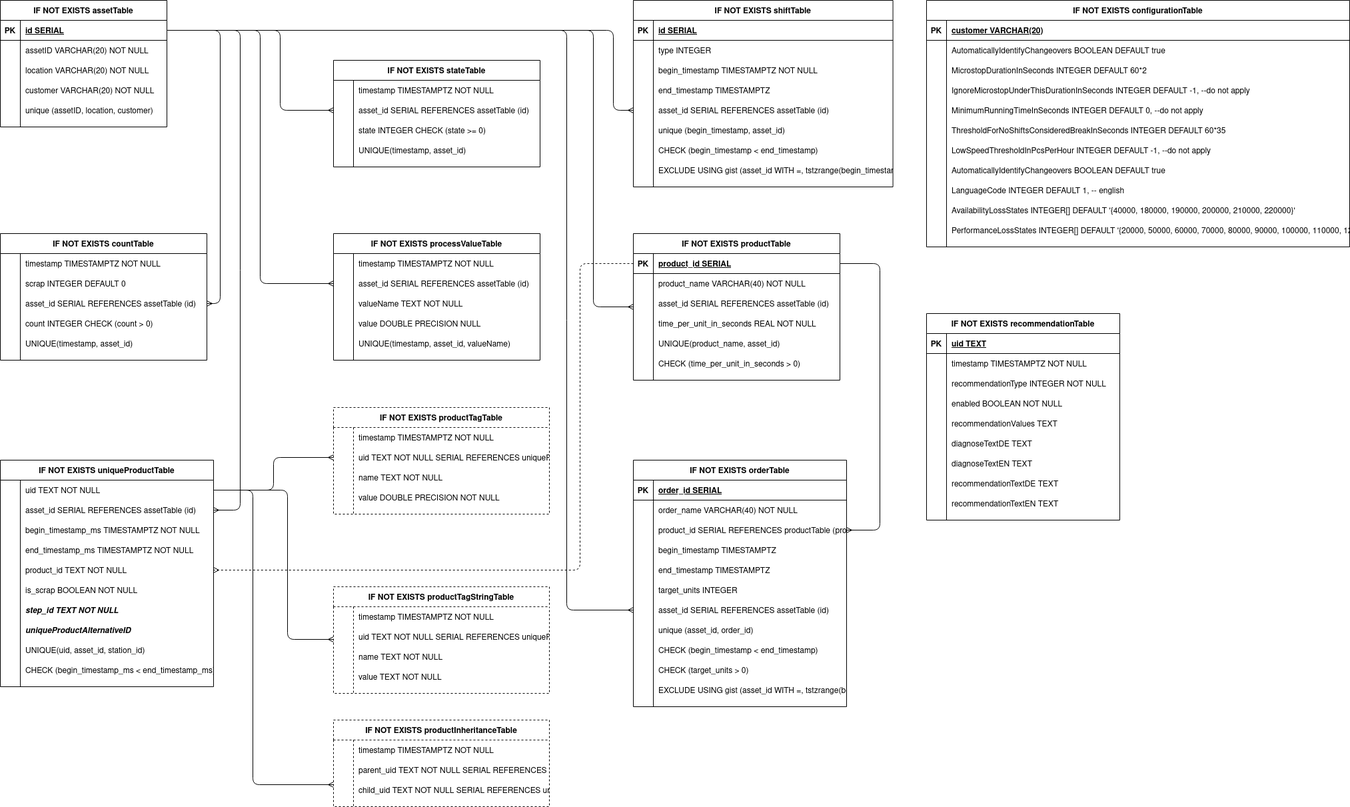
united-manufacturing-hub/united-manufacturing-hub keeps this draw.io diagram as docs/content/en/docs/Concepts/DigitalShadow/timescaleDB_image.png. Above is the earlier version. Source tidied: cells renumbered, new cells last; positions are measured from the earlier drawing's top-left corner, leaving out a move shared by most shapes.
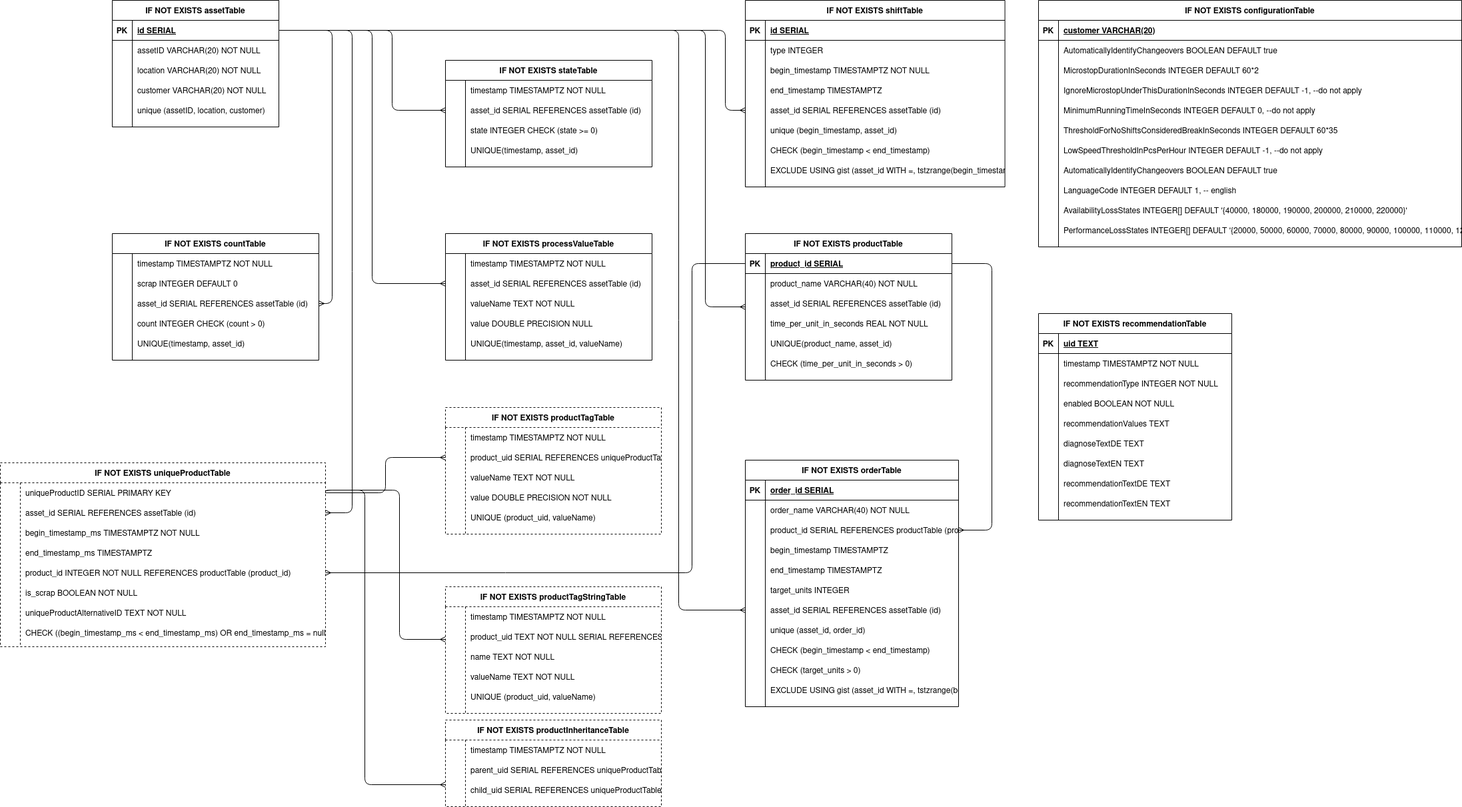
Later version of the same file.

Diff of the diagram source:
```diff
@@ -185,99 +185,81 @@
     <mxCell id="62" value="UNIQUE(timestamp, asset_id, valueName)" style="shape=partialRectangle;overflow=hidden;fillColor=none;top=0;left=0;bottom=0;right=0;align=left;spacingLeft=6;" parent="60" vertex="1">
       <mxGeometry x="30" width="280" height="30" as="geometry" />
     </mxCell>
-    <mxCell id="63" value="IF NOT EXISTS uniqueProductTable" style="shape=table;startSize=30;rowLines=0;fontStyle=1;align=center;" parent="1" vertex="1">
-      <mxGeometry y="690" width="320" height="340" as="geometry" />
+    <mxCell id="63" value="IF NOT EXISTS uniqueProductTable" style="shape=table;startSize=30;rowLines=0;fontStyle=1;align=center;dashed=1;" parent="1" vertex="1">
+      <mxGeometry x="-168" y="694" width="488" height="276" as="geometry" />
     </mxCell>
     <mxCell id="64" style="shape=partialRectangle;fillColor=none;points=[[0,0.5],[1,0.5]];portConstraint=eastwest;top=0;left=0;right=0;bottom=0;" parent="63" vertex="1">
-      <mxGeometry y="30" width="320" height="30" as="geometry" />
+      <mxGeometry y="30" width="488" height="30" as="geometry" />
     </mxCell>
     <mxCell id="65" style="shape=partialRectangle;overflow=hidden;fillColor=none;top=0;left=0;bottom=0;right=0;" parent="64" vertex="1">
       <mxGeometry width="30" height="30" as="geometry" />
     </mxCell>
-    <mxCell id="66" value="uid TEXT NOT NULL" style="shape=partialRectangle;overflow=hidden;fillColor=none;top=0;left=0;bottom=0;right=0;align=left;spacingLeft=6;" parent="64" vertex="1">
-      <mxGeometry x="30" width="290" height="30" as="geometry" />
+    <mxCell id="66" value="uniqueProductID SERIAL PRIMARY KEY" style="shape=partialRectangle;overflow=hidden;fillColor=none;top=0;left=0;bottom=0;right=0;align=left;spacingLeft=6;" parent="64" vertex="1">
+      <mxGeometry x="30" width="458" height="30" as="geometry" />
     </mxCell>
     <mxCell id="67" style="shape=partialRectangle;fillColor=none;points=[[0,0.5],[1,0.5]];portConstraint=eastwest;top=0;left=0;right=0;bottom=0;" parent="63" vertex="1">
-      <mxGeometry y="60" width="320" height="30" as="geometry" />
+      <mxGeometry y="60" width="488" height="30" as="geometry" />
     </mxCell>
     <mxCell id="68" style="shape=partialRectangle;overflow=hidden;fillColor=none;top=0;left=0;bottom=0;right=0;" parent="67" vertex="1">
       <mxGeometry width="30" height="30" as="geometry" />
     </mxCell>
     <mxCell id="69" value="asset_id            SERIAL REFERENCES assetTable (id)" style="shape=partialRectangle;overflow=hidden;fillColor=none;top=0;left=0;bottom=0;right=0;align=left;spacingLeft=6;" parent="67" vertex="1">
-      <mxGeometry x="30" width="290" height="30" as="geometry" />
+      <mxGeometry x="30" width="458" height="30" as="geometry" />
     </mxCell>
     <mxCell id="70" style="shape=partialRectangle;fillColor=none;top=0;left=0;right=0;bottom=0;" parent="63" vertex="1">
-      <mxGeometry y="90" width="320" height="30" as="geometry" />
+      <mxGeometry y="90" width="488" height="30" as="geometry" />
     </mxCell>
     <mxCell id="71" style="shape=partialRectangle;overflow=hidden;fillColor=none;top=0;left=0;bottom=0;right=0;" parent="70" vertex="1">
       <mxGeometry width="30" height="30" as="geometry" />
     </mxCell>
     <mxCell id="72" value="begin_timestamp_ms                TIMESTAMPTZ NOT NULL" style="shape=partialRectangle;overflow=hidden;fillColor=none;top=0;left=0;bottom=0;right=0;align=left;spacingLeft=6;" parent="70" vertex="1">
-      <mxGeometry x="30" width="290" height="30" as="geometry" />
+      <mxGeometry x="30" width="458" height="30" as="geometry" />
     </mxCell>
     <mxCell id="73" style="shape=partialRectangle;fillColor=none;top=0;left=0;right=0;bottom=0;" parent="63" vertex="1">
-      <mxGeometry y="120" width="320" height="30" as="geometry" />
+      <mxGeometry y="120" width="488" height="30" as="geometry" />
     </mxCell>
     <mxCell id="74" style="shape=partialRectangle;overflow=hidden;fillColor=none;top=0;left=0;bottom=0;right=0;" parent="73" vertex="1">
       <mxGeometry width="30" height="30" as="geometry" />
     </mxCell>
-    <mxCell id="75" value="end_timestamp_ms                TIMESTAMPTZ                         NOT NULL" style="shape=partialRectangle;overflow=hidden;fillColor=none;top=0;left=0;bottom=0;right=0;align=left;spacingLeft=6;" parent="73" vertex="1">
-      <mxGeometry x="30" width="290" height="30" as="geometry" />
+    <mxCell id="75" value="end_timestamp_ms                TIMESTAMPTZ" style="shape=partialRectangle;overflow=hidden;fillColor=none;top=0;left=0;bottom=0;right=0;align=left;spacingLeft=6;" parent="73" vertex="1">
+      <mxGeometry x="30" width="458" height="30" as="geometry" />
     </mxCell>
     <mxCell id="76" style="shape=partialRectangle;fillColor=none;points=[[0,0.5],[1,0.5]];portConstraint=eastwest;top=0;left=0;right=0;bottom=0;" parent="63" vertex="1">
-      <mxGeometry y="150" width="320" height="30" as="geometry" />
+      <mxGeometry y="150" width="488" height="30" as="geometry" />
     </mxCell>
     <mxCell id="77" style="shape=partialRectangle;overflow=hidden;fillColor=none;top=0;left=0;bottom=0;right=0;" parent="76" vertex="1">
       <mxGeometry width="30" height="30" as="geometry" />
     </mxCell>
-    <mxCell id="78" value="product_id TEXT NOT NULL" style="shape=partialRectangle;overflow=hidden;fillColor=none;top=0;left=0;bottom=0;right=0;align=left;spacingLeft=6;" parent="76" vertex="1">
-      <mxGeometry x="30" width="290" height="30" as="geometry" />
+    <mxCell id="78" value="product_id INTEGER NOT NULL REFERENCES productTable (product_id)" style="shape=partialRectangle;overflow=hidden;fillColor=none;top=0;left=0;bottom=0;right=0;align=left;spacingLeft=6;" parent="76" vertex="1">
+      <mxGeometry x="30" width="458" height="30" as="geometry" />
     </mxCell>
     <mxCell id="79" style="shape=partialRectangle;fillColor=none;top=0;left=0;right=0;bottom=0;" parent="63" vertex="1">
-      <mxGeometry y="180" width="320" height="30" as="geometry" />
+      <mxGeometry y="180" width="488" height="30" as="geometry" />
     </mxCell>
     <mxCell id="80" style="shape=partialRectangle;overflow=hidden;fillColor=none;top=0;left=0;bottom=0;right=0;" parent="79" vertex="1">
       <mxGeometry width="30" height="30" as="geometry" />
     </mxCell>
     <mxCell id="81" value="is_scrap BOOLEAN NOT NULL" style="shape=partialRectangle;overflow=hidden;fillColor=none;top=0;left=0;bottom=0;right=0;align=left;spacingLeft=6;" parent="79" vertex="1">
-      <mxGeometry x="30" width="290" height="30" as="geometry" />
+      <mxGeometry x="30" width="458" height="30" as="geometry" />
     </mxCell>
-    <mxCell id="82" style="shape=partialRectangle;fillColor=none;top=0;left=0;right=0;bottom=0;" parent="63" vertex="1">
-      <mxGeometry y="210" width="320" height="30" as="geometry" />
-    </mxCell>
-    <mxCell id="83" style="shape=partialRectangle;overflow=hidden;fillColor=none;top=0;left=0;bottom=0;right=0;" parent="82" vertex="1">
-      <mxGeometry width="30" height="30" as="geometry" />
-    </mxCell>
-    <mxCell id="84" value="step_id TEXT NOT NULL" style="shape=partialRectangle;overflow=hidden;fillColor=none;top=0;left=0;bottom=0;right=0;align=left;spacingLeft=6;fontStyle=3;" parent="82" vertex="1">
-      <mxGeometry x="30" width="290" height="30" as="geometry" />
-    </mxCell>
     <mxCell id="85" style="shape=partialRectangle;fillColor=none;top=0;left=0;right=0;bottom=0;" parent="63" vertex="1">
-      <mxGeometry y="240" width="320" height="30" as="geometry" />
+      <mxGeometry y="210" width="488" height="30" as="geometry" />
     </mxCell>
     <mxCell id="86" style="shape=partialRectangle;overflow=hidden;fillColor=none;top=0;left=0;bottom=0;right=0;" parent="85" vertex="1">
       <mxGeometry width="30" height="30" as="geometry" />
     </mxCell>
-    <mxCell id="87" value="uniqueProductAlternativeID" style="shape=partialRectangle;overflow=hidden;fillColor=none;top=0;left=0;bottom=0;right=0;align=left;spacingLeft=6;fontStyle=3;" parent="85" vertex="1">
-      <mxGeometry x="30" width="290" height="30" as="geometry" />
+    <mxCell id="87" value="uniqueProductAlternativeID TEXT NOT NULL" style="shape=partialRectangle;overflow=hidden;fillColor=none;top=0;left=0;bottom=0;right=0;align=left;spacingLeft=6;fontStyle=0;" parent="85" vertex="1">
+      <mxGeometry x="30" width="458" height="30" as="geometry" />
     </mxCell>
-    <mxCell id="88" style="shape=partialRectangle;fillColor=none;top=0;left=0;right=0;bottom=0;" parent="63" vertex="1">
-      <mxGeometry y="270" width="320" height="30" as="geometry" />
-    </mxCell>
-    <mxCell id="89" style="shape=partialRectangle;overflow=hidden;fillColor=none;top=0;left=0;bottom=0;right=0;" parent="88" vertex="1">
-      <mxGeometry width="30" height="30" as="geometry" />
-    </mxCell>
-    <mxCell id="90" value="UNIQUE(uid, asset_id, station_id)" style="shape=partialRectangle;overflow=hidden;fillColor=none;top=0;left=0;bottom=0;right=0;align=left;spacingLeft=6;" parent="88" vertex="1">
-      <mxGeometry x="30" width="290" height="30" as="geometry" />
-    </mxCell>
-    <mxCell id="91" style="shape=partialRectangle;fillColor=none;top=0;left=0;right=0;bottom=0;" parent="63" vertex="1">
-      <mxGeometry y="300" width="320" height="30" as="geometry" />
-    </mxCell>
-    <mxCell id="92" style="shape=partialRectangle;overflow=hidden;fillColor=none;top=0;left=0;bottom=0;right=0;" parent="91" vertex="1">
-      <mxGeometry width="30" height="30" as="geometry" />
-    </mxCell>
-    <mxCell id="93" value="CHECK (begin_timestamp_ms &lt; end_timestamp_ms)" style="shape=partialRectangle;overflow=hidden;fillColor=none;top=0;left=0;bottom=0;right=0;align=left;spacingLeft=6;" parent="91" vertex="1">
-      <mxGeometry x="30" width="290" height="30" as="geometry" />
-    </mxCell>
+    <mxCell id="282" style="shape=partialRectangle;fillColor=none;top=0;left=0;right=0;bottom=0;" parent="63" vertex="1">
+      <mxGeometry y="240" width="488" height="30" as="geometry" />
+    </mxCell>
+    <mxCell id="283" style="shape=partialRectangle;overflow=hidden;fillColor=none;top=0;left=0;bottom=0;right=0;" parent="282" vertex="1">
+      <mxGeometry width="30" height="30" as="geometry" />
+    </mxCell>
+    <mxCell id="284" value="CHECK ((begin_timestamp_ms &lt; end_timestamp_ms) OR end_timestamp_ms = null)" style="shape=partialRectangle;overflow=hidden;fillColor=none;top=0;left=0;bottom=0;right=0;align=left;spacingLeft=6;fontStyle=0;" parent="282" vertex="1">
+      <mxGeometry x="30" width="458" height="30" as="geometry" />
+    </mxCell>
     <mxCell id="94" value="IF NOT EXISTS recommendationTable" style="shape=table;startSize=30;rowLines=0;fontStyle=1;align=center;" parent="1" vertex="1">
       <mxGeometry x="1390" y="470" width="290" height="310" as="geometry" />
     </mxCell>
@@ -755,7 +737,7 @@
         </Array>
       </mxGeometry>
     </mxCell>
-    <mxCell id="242" style="edgeStyle=elbowEdgeStyle;fontSize=12;html=1;endArrow=ERmany;entryX=1;entryY=0.5;entryDx=0;entryDy=0;exitX=0;exitY=0.5;exitDx=0;exitDy=0;dashed=1;" parent="1" edge="1" source="148" target="76">
+    <mxCell id="242" style="edgeStyle=elbowEdgeStyle;fontSize=12;html=1;endArrow=ERmany;entryX=1;entryY=0.5;entryDx=0;entryDy=0;exitX=0;exitY=0.5;exitDx=0;exitDy=0;" parent="1" edge="1" source="148" target="76">
       <mxGeometry relative="1" as="geometry">
         <Array as="points">
           <mxPoint x="870" y="610" />
@@ -763,7 +745,7 @@
       </mxGeometry>
     </mxCell>
     <mxCell id="243" value="IF NOT EXISTS productTagTable" style="shape=table;startSize=30;rowLines=0;fontStyle=1;align=center;dashed=1;" parent="1" vertex="1">
-      <mxGeometry x="500" y="611" width="324" height="160" as="geometry" />
+      <mxGeometry x="500" y="611" width="324" height="190" as="geometry" />
     </mxCell>
     <mxCell id="244" style="shape=partialRectangle;fillColor=none;top=0;left=0;bottom=0;right=0;" parent="243" vertex="1">
       <mxGeometry y="30" width="324" height="30" as="geometry" />
@@ -780,7 +762,7 @@
     <mxCell id="248" style="shape=partialRectangle;fillColor=none;top=0;left=0;bottom=0;right=0;overflow=hidden;" parent="247" vertex="1">
       <mxGeometry width="30" height="30" as="geometry" />
     </mxCell>
-    <mxCell id="249" value="uid TEXT NOT NULL SERIAL REFERENCES uniqueProductTable(uid)" style="shape=partialRectangle;fillColor=none;top=0;left=0;bottom=0;right=0;align=left;spacingLeft=6;overflow=hidden;" parent="247" vertex="1">
+    <mxCell id="249" value="product_uid SERIAL REFERENCES uniqueProductTable(uniqueProductID)" style="shape=partialRectangle;fillColor=none;top=0;left=0;bottom=0;right=0;align=left;spacingLeft=6;overflow=hidden;" parent="247" vertex="1">
       <mxGeometry x="30" width="294" height="30" as="geometry" />
     </mxCell>
     <mxCell id="250" style="shape=partialRectangle;fillColor=none;top=0;left=0;bottom=0;right=0;" parent="243" vertex="1">
@@ -789,7 +771,7 @@
     <mxCell id="251" style="shape=partialRectangle;fillColor=none;top=0;left=0;bottom=0;right=0;overflow=hidden;" parent="250" vertex="1">
       <mxGeometry width="30" height="30" as="geometry" />
     </mxCell>
-    <mxCell id="252" value="name TEXT NOT NULL" style="shape=partialRectangle;fillColor=none;top=0;left=0;bottom=0;right=0;align=left;spacingLeft=6;overflow=hidden;" parent="250" vertex="1">
+    <mxCell id="252" value="valueName TEXT NOT NULL" style="shape=partialRectangle;fillColor=none;top=0;left=0;bottom=0;right=0;align=left;spacingLeft=6;overflow=hidden;" parent="250" vertex="1">
       <mxGeometry x="30" width="294" height="30" as="geometry" />
     </mxCell>
     <mxCell id="253" style="shape=partialRectangle;fillColor=none;top=0;left=0;bottom=0;right=0;" parent="243" vertex="1">
@@ -801,8 +783,17 @@
     <mxCell id="255" value="value DOUBLE PRECISION NOT NULL" style="shape=partialRectangle;fillColor=none;top=0;left=0;bottom=0;right=0;align=left;spacingLeft=6;overflow=hidden;dashed=1;" parent="253" vertex="1">
       <mxGeometry x="30" width="294" height="30" as="geometry" />
     </mxCell>
+    <mxCell id="285" style="shape=partialRectangle;fillColor=none;top=0;left=0;bottom=0;right=0;" parent="243" vertex="1">
+      <mxGeometry y="150" width="324" height="30" as="geometry" />
+    </mxCell>
+    <mxCell id="286" style="shape=partialRectangle;fillColor=none;top=0;left=0;bottom=0;right=0;overflow=hidden;" parent="285" vertex="1">
+      <mxGeometry width="30" height="30" as="geometry" />
+    </mxCell>
+    <mxCell id="287" value="UNIQUE (product_uid, valueName)" style="shape=partialRectangle;fillColor=none;top=0;left=0;bottom=0;right=0;align=left;spacingLeft=6;overflow=hidden;dashed=1;" parent="285" vertex="1">
+      <mxGeometry x="30" width="294" height="30" as="geometry" />
+    </mxCell>
     <mxCell id="256" value="IF NOT EXISTS productTagStringTable" style="shape=table;startSize=30;rowLines=0;fontStyle=1;align=center;dashed=1;" parent="1" vertex="1">
-      <mxGeometry x="500" y="880" width="324" height="160" as="geometry" />
+      <mxGeometry x="500" y="880" width="324" height="190" as="geometry" />
     </mxCell>
     <mxCell id="257" style="shape=partialRectangle;fillColor=none;top=0;left=0;bottom=0;right=0;" parent="256" vertex="1">
       <mxGeometry y="30" width="324" height="30" as="geometry" />
@@ -819,7 +810,7 @@
     <mxCell id="261" style="shape=partialRectangle;fillColor=none;top=0;left=0;bottom=0;right=0;overflow=hidden;" parent="260" vertex="1">
       <mxGeometry width="30" height="30" as="geometry" />
     </mxCell>
-    <mxCell id="262" value="uid TEXT NOT NULL SERIAL REFERENCES uniqueProductTable(uid)" style="shape=partialRectangle;fillColor=none;top=0;left=0;bottom=0;right=0;align=left;spacingLeft=6;overflow=hidden;" parent="260" vertex="1">
+    <mxCell id="262" value="product_uid TEXT NOT NULL SERIAL REFERENCES uniqueProductTable(uid)" style="shape=partialRectangle;fillColor=none;top=0;left=0;bottom=0;right=0;align=left;spacingLeft=6;overflow=hidden;" parent="260" vertex="1">
       <mxGeometry x="30" width="294" height="30" as="geometry" />
     </mxCell>
     <mxCell id="263" style="shape=partialRectangle;fillColor=none;top=0;left=0;bottom=0;right=0;" parent="256" vertex="1">
@@ -837,9 +828,18 @@
     <mxCell id="267" style="shape=partialRectangle;fillColor=none;top=0;left=0;bottom=0;right=0;overflow=hidden;" parent="266" vertex="1">
       <mxGeometry width="30" height="30" as="geometry" />
     </mxCell>
-    <mxCell id="268" value="value TEXT NOT NULL" style="shape=partialRectangle;fillColor=none;top=0;left=0;bottom=0;right=0;align=left;spacingLeft=6;overflow=hidden;dashed=1;" parent="266" vertex="1">
+    <mxCell id="268" value="valueName TEXT NOT NULL" style="shape=partialRectangle;fillColor=none;top=0;left=0;bottom=0;right=0;align=left;spacingLeft=6;overflow=hidden;dashed=1;" parent="266" vertex="1">
       <mxGeometry x="30" width="294" height="30" as="geometry" />
     </mxCell>
+    <mxCell id="288" style="shape=partialRectangle;fillColor=none;top=0;left=0;bottom=0;right=0;" parent="256" vertex="1">
+      <mxGeometry y="150" width="324" height="30" as="geometry" />
+    </mxCell>
+    <mxCell id="289" style="shape=partialRectangle;fillColor=none;top=0;left=0;bottom=0;right=0;overflow=hidden;" parent="288" vertex="1">
+      <mxGeometry width="30" height="30" as="geometry" />
+    </mxCell>
+    <mxCell id="290" value="UNIQUE (product_uid, valueName)" style="shape=partialRectangle;fillColor=none;top=0;left=0;bottom=0;right=0;align=left;spacingLeft=6;overflow=hidden;dashed=1;" parent="288" vertex="1">
+      <mxGeometry x="30" width="294" height="30" as="geometry" />
+    </mxCell>
     <mxCell id="269" value="IF NOT EXISTS productInheritanceTable" style="shape=table;startSize=30;rowLines=0;fontStyle=1;align=center;dashed=1;" parent="1" vertex="1">
       <mxGeometry x="500" y="1080" width="324" height="130" as="geometry" />
     </mxCell>
@@ -858,7 +858,7 @@
     <mxCell id="274" style="shape=partialRectangle;fillColor=none;top=0;left=0;bottom=0;right=0;overflow=hidden;" parent="273" vertex="1">
       <mxGeometry width="30" height="30" as="geometry" />
     </mxCell>
-    <mxCell id="275" value="parent_uid TEXT NOT NULL SERIAL REFERENCES uniqueProductTable(uid)" style="shape=partialRectangle;fillColor=none;top=0;left=0;bottom=0;right=0;align=left;spacingLeft=6;overflow=hidden;" parent="273" vertex="1">
+    <mxCell id="275" value="parent_uid SERIAL REFERENCES uniqueProductTable(uid)" style="shape=partialRectangle;fillColor=none;top=0;left=0;bottom=0;right=0;align=left;spacingLeft=6;overflow=hidden;" parent="273" vertex="1">
       <mxGeometry x="30" width="294" height="30" as="geometry" />
     </mxCell>
     <mxCell id="276" style="shape=partialRectangle;fillColor=none;top=0;left=0;bottom=0;right=0;points=[[0,0.5],[1,0.5]];portConstraint=eastwest;" parent="269" vertex="1">
@@ -867,7 +867,7 @@
     <mxCell id="277" style="shape=partialRectangle;fillColor=none;top=0;left=0;bottom=0;right=0;overflow=hidden;" parent="276" vertex="1">
       <mxGeometry width="30" height="30" as="geometry" />
     </mxCell>
-    <mxCell id="278" value="child_uid TEXT NOT NULL SERIAL REFERENCES uniqueProductTable(uid)" style="shape=partialRectangle;fillColor=none;top=0;left=0;bottom=0;right=0;align=left;spacingLeft=6;overflow=hidden;" parent="276" vertex="1">
+    <mxCell id="278" value="child_uid SERIAL REFERENCES uniqueProductTable(uid)" style="shape=partialRectangle;fillColor=none;top=0;left=0;bottom=0;right=0;align=left;spacingLeft=6;overflow=hidden;" parent="276" vertex="1">
       <mxGeometry x="30" width="294" height="30" as="geometry" />
     </mxCell>
     <mxCell id="279" style="edgeStyle=orthogonalEdgeStyle;rounded=1;jettySize=auto;html=1;entryX=1;entryY=0.5;entryDx=0;entryDy=0;endArrow=none;endFill=0;startArrow=ERmany;startFill=0;" parent="1" edge="1" source="260" target="64">
```
